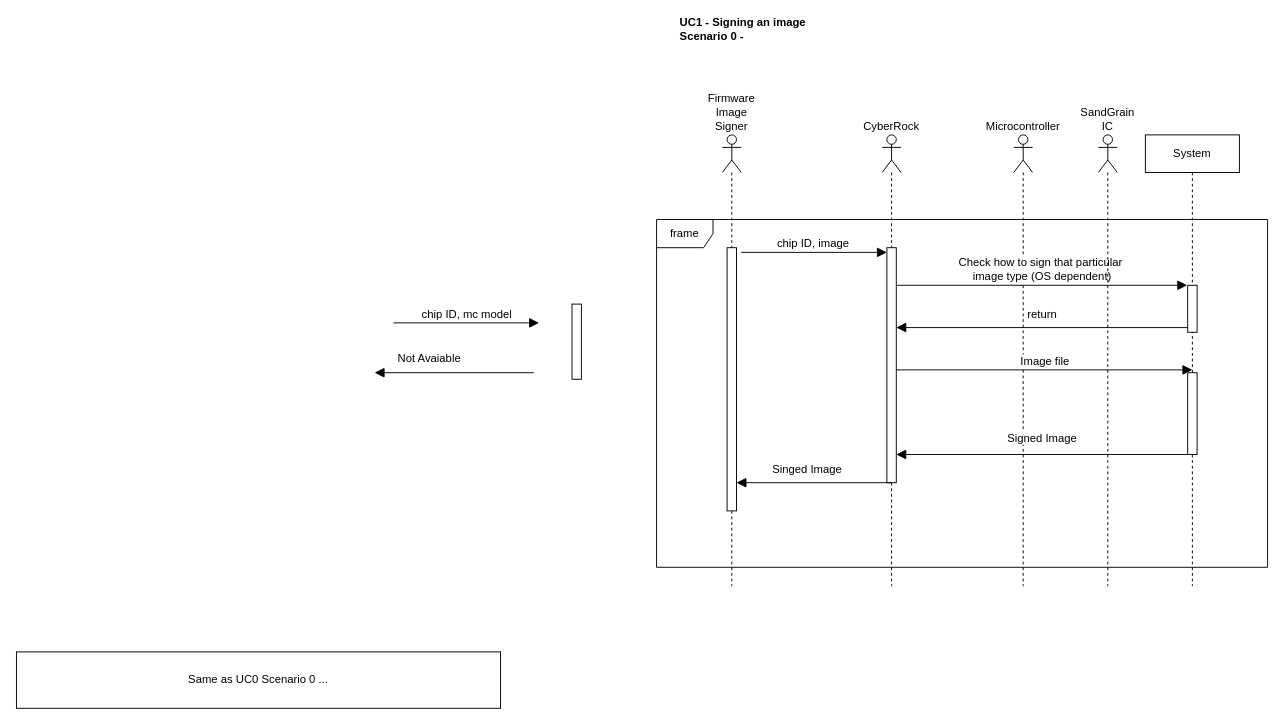
This is page "UC2 - Over The Air Firmware Update" (3 of 5) of Diagramme sans nom.drawio from EHxuban11/EHxuban11, a draw.io file, before an edit. Source tidied: cells renumbered, new cells numbered last; positions are measured from the earlier drawing's top-left corner, leaving out a move shared by most shapes. Both pictures are drawn from the tidied source at 94%, with x=0, y=0 at pixel (16, 22).
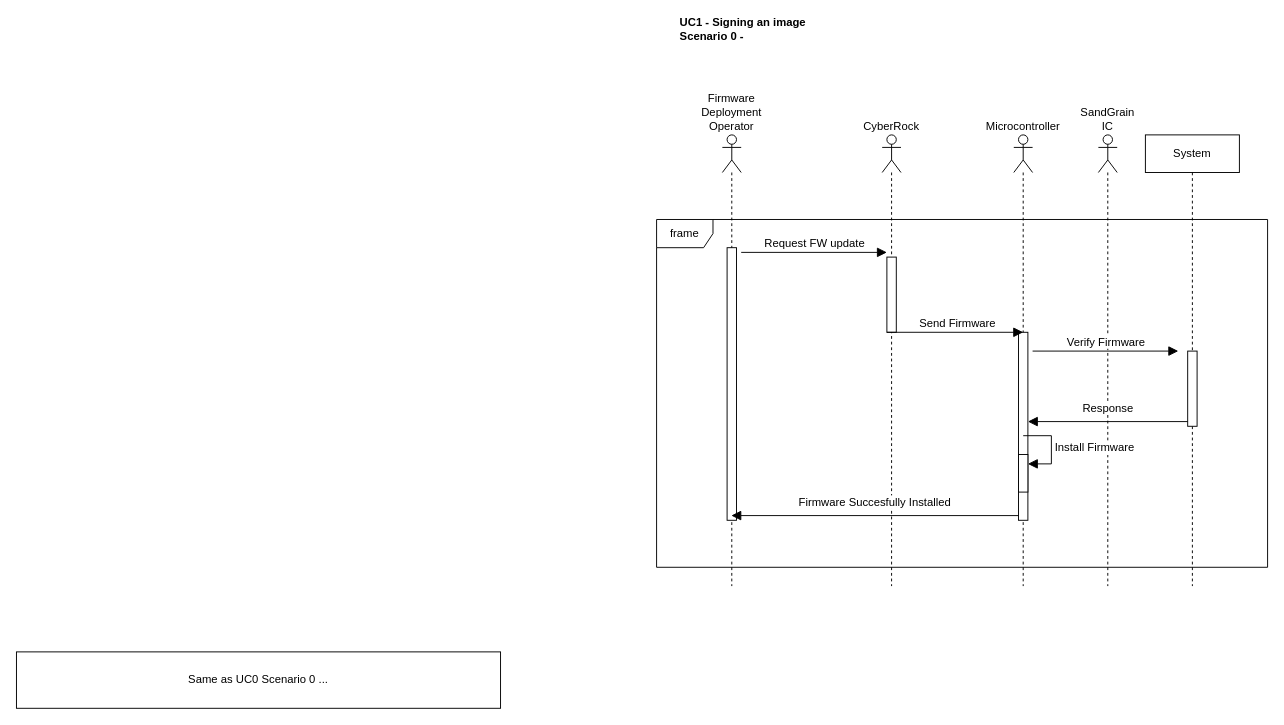
After the change.

Unchanged cells that the change refers to:
```xml
<mxCell id="2" value="System" style="shape=umlLifeline;perimeter=lifelinePerimeter;whiteSpace=wrap;html=1;newEdgeStyle={&quot;curved&quot;:0,&quot;rounded&quot;:0};" parent="1" vertex="1">
  <mxGeometry x="1201" y="120" width="100" height="480" as="geometry" />
</mxCell>
<mxCell id="7" value="CyberRock" style="shape=umlLifeline;perimeter=lifelinePerimeter;whiteSpace=wrap;html=1;newEdgeStyle={&quot;curved&quot;:0,&quot;rounded&quot;:0};participant=umlActor;labelPosition=center;verticalLabelPosition=top;align=center;verticalAlign=bottom;" parent="1" vertex="1">
  <mxGeometry x="921" y="120" width="20" height="480" as="geometry" />
</mxCell>
<mxCell id="9" value="Microcontroller" style="shape=umlLifeline;perimeter=lifelinePerimeter;whiteSpace=wrap;html=1;newEdgeStyle={&quot;curved&quot;:0,&quot;rounded&quot;:0};participant=umlActor;labelPosition=center;verticalLabelPosition=top;align=center;verticalAlign=bottom;" parent="1" vertex="1">
  <mxGeometry x="1061" y="120" width="20" height="480" as="geometry" />
</mxCell>
```

Diff of the diagram source:
```diff
@@
-    <mxCell id="3" style="html=1;points=[[0,0,0,0,5],[0,1,0,0,-5],[1,0,0,0,5],[1,1,0,0,-5]];perimeter=orthogonalPerimeter;outlineConnect=0;targetShapes=umlLifeline;portConstraint=eastwest;newEdgeStyle={&quot;curved&quot;:0,&quot;rounded&quot;:0};" parent="2" vertex="1">
-      <mxGeometry x="45" y="160" width="10" height="50" as="geometry" />
-    </mxCell>
-    <mxCell id="4" value="Firmware Image Signer" style="shape=umlLifeline;perimeter=lifelinePerimeter;whiteSpace=wrap;html=1;outlineConnect=0;portConstraint=eastwest;newEdgeStyle={&quot;curved&quot;:0,&quot;rounded&quot;:0};participant=umlActor;labelPosition=center;verticalLabelPosition=top;align=center;verticalAlign=bottom;" parent="1" vertex="1">
+    <mxCell id="4" value="Firmware Deployment Operator" style="shape=umlLifeline;perimeter=lifelinePerimeter;whiteSpace=wrap;html=1;outlineConnect=0;portConstraint=eastwest;newEdgeStyle={&quot;curved&quot;:0,&quot;rounded&quot;:0};participant=umlActor;labelPosition=center;verticalLabelPosition=top;align=center;verticalAlign=bottom;" parent="1" vertex="1">
       <mxGeometry x="751" y="120" width="20" height="480" as="geometry" />
     </mxCell>
     <mxCell id="5" style="html=1;perimeter=orthogonalPerimeter;targetShapes=umlLifeline;newEdgeStyle={&quot;curved&quot;:0,&quot;rounded&quot;:0};" parent="4" vertex="1">
-      <mxGeometry x="5" y="120" width="10" height="280" as="geometry" />
+      <mxGeometry x="5" y="120" width="10" height="290" as="geometry" />
     </mxCell>
@@
-    <mxCell id="8" style="html=1;points=[[0,0,0,0,5],[0,1,0,0,-5],[1,0,0,0,5],[1,1,0,0,-5]];perimeter=orthogonalPerimeter;outlineConnect=0;targetShapes=umlLifeline;portConstraint=eastwest;newEdgeStyle={&quot;curved&quot;:0,&quot;rounded&quot;:0};" parent="7" vertex="1">
-      <mxGeometry x="5" y="120" width="10" height="250" as="geometry" />
-    </mxCell>
+    <mxCell id="23" style="html=1;perimeter=orthogonalPerimeter;targetShapes=umlLifeline;newEdgeStyle={&quot;curved&quot;:0,&quot;rounded&quot;:0};" parent="7" vertex="1">
+      <mxGeometry x="5" y="130" width="10" height="80" as="geometry" />
+    </mxCell>
@@
-    <mxCell id="10" value="Signed Image" style="html=1;verticalAlign=bottom;endArrow=block;curved=0;rounded=0;fontSize=12;startSize=8;endSize=8;exitX=0;exitY=1;exitDx=0;exitDy=-5;exitPerimeter=0;" parent="1" edge="1">
-      <mxGeometry y="-8" relative="1" as="geometry">
-        <mxPoint x="1246" y="460" as="sourcePoint" />
-        <mxPoint x="936" y="460" as="targetPoint" />
-      </mxGeometry>
-    </mxCell>
+    <mxCell id="24" style="html=1;points=[[0,0,0,0,5],[0,1,0,0,-5],[1,0,0,0,5],[1,1,0,0,-5]];perimeter=orthogonalPerimeter;outlineConnect=0;targetShapes=umlLifeline;portConstraint=eastwest;newEdgeStyle={&quot;curved&quot;:0,&quot;rounded&quot;:0};" parent="9" vertex="1">
+      <mxGeometry x="5" y="210" width="10" height="200" as="geometry" />
+    </mxCell>
@@
-    <mxCell id="12" value="chip ID, image&amp;nbsp;" style="html=1;verticalAlign=bottom;endArrow=block;curved=0;rounded=0;entryX=0;entryY=0;entryDx=0;entryDy=5;fontSize=12;startSize=8;endSize=8;" parent="1" edge="1" target="8">
+    <mxCell id="12" value="Request FW update" style="html=1;verticalAlign=bottom;endArrow=block;curved=0;rounded=0;entryX=0;entryY=0;entryDx=0;entryDy=5;fontSize=12;startSize=8;endSize=8;" parent="1" edge="1">
       <mxGeometry relative="1" as="geometry">
         <mxPoint x="771" y="245" as="sourcePoint" />
+        <mxPoint x="926" y="245" as="targetPoint" />
       </mxGeometry>
     </mxCell>
-    <mxCell id="13" value="Check how to sign that particular&amp;nbsp;&lt;div&gt;image type (OS dependent)&lt;/div&gt;" style="html=1;verticalAlign=bottom;endArrow=block;curved=0;rounded=0;fontSize=12;startSize=8;endSize=8;" parent="1" edge="1">
-      <mxGeometry relative="1" as="geometry">
-        <mxPoint x="936" y="280" as="sourcePoint" />
-        <mxPoint x="1245.5" y="280" as="targetPoint" />
-      </mxGeometry>
-    </mxCell>
@@
-    <mxCell id="16" value="Singed Image" style="html=1;verticalAlign=bottom;endArrow=block;curved=0;rounded=0;fontSize=12;startSize=8;endSize=8;" parent="1" edge="1">
-      <mxGeometry x="0.09" y="-5" relative="1" as="geometry">
-        <mxPoint x="930.5" y="490" as="sourcePoint" />
-        <mxPoint x="766" y="490" as="targetPoint" />
-      </mxGeometry>
-    </mxCell>
-    <mxCell id="17" value="chip ID, mc model" style="html=1;verticalAlign=bottom;endArrow=block;curved=0;rounded=0;entryX=0;entryY=0;entryDx=0;entryDy=5;fontSize=12;startSize=8;endSize=8;" parent="1" edge="1">
+    <mxCell id="17" value="Verify Firmware" style="html=1;verticalAlign=bottom;endArrow=block;curved=0;rounded=0;entryX=0;entryY=0;entryDx=0;entryDy=5;fontSize=12;startSize=8;endSize=8;" parent="1" edge="1">
       <mxGeometry relative="1" as="geometry">
-        <mxPoint x="401" y="320" as="sourcePoint" />
-        <mxPoint x="556" y="320" as="targetPoint" />
+        <mxPoint x="1081" y="350" as="sourcePoint" />
+        <mxPoint x="1236" y="350" as="targetPoint" />
       </mxGeometry>
     </mxCell>
     <mxCell id="18" style="html=1;points=[[0,0,0,0,5],[0,1,0,0,-5],[1,0,0,0,5],[1,1,0,0,-5]];perimeter=orthogonalPerimeter;outlineConnect=0;targetShapes=umlLifeline;portConstraint=eastwest;newEdgeStyle={&quot;curved&quot;:0,&quot;rounded&quot;:0};" parent="1" vertex="1">
-      <mxGeometry x="591" y="300" width="10" height="80" as="geometry" />
+      <mxGeometry x="1246" y="350" width="10" height="80" as="geometry" />
     </mxCell>
-    <mxCell id="19" value="Not Avaiable" style="html=1;verticalAlign=bottom;endArrow=block;curved=0;rounded=0;fontSize=12;startSize=8;endSize=8;" parent="1" edge="1">
-      <mxGeometry x="0.32" y="-6" relative="1" as="geometry">
-        <mxPoint x="550.5" y="373" as="sourcePoint" />
-        <mxPoint x="381" y="373" as="targetPoint" />
-      </mxGeometry>
+    <mxCell id="19" value="Response" style="html=1;verticalAlign=bottom;endArrow=block;curved=0;rounded=0;fontSize=12;startSize=8;endSize=8;exitX=0;exitY=1;exitDx=0;exitDy=-5;exitPerimeter=0;" parent="1" edge="1" source="18" target="24">
+      <mxGeometry y="-5" relative="1" as="geometry" />
     </mxCell>
-    <mxCell id="20" value="return" style="html=1;verticalAlign=bottom;endArrow=block;curved=0;rounded=0;fontSize=12;startSize=8;endSize=8;exitX=0;exitY=1;exitDx=0;exitDy=-5;exitPerimeter=0;" parent="1" edge="1" source="3" target="8">
-      <mxGeometry y="-5" relative="1" as="geometry" />
-    </mxCell>
-    <mxCell id="21" value="Image file" style="html=1;verticalAlign=bottom;endArrow=block;curved=0;rounded=0;fontSize=12;startSize=8;endSize=8;" parent="1" edge="1" source="8">
-      <mxGeometry relative="1" as="geometry">
-        <mxPoint x="1251" y="370" as="targetPoint" />
-      </mxGeometry>
-    </mxCell>
-    <mxCell id="22" style="html=1;perimeter=orthogonalPerimeter;targetShapes=umlLifeline;newEdgeStyle={&quot;curved&quot;:0,&quot;rounded&quot;:0};" parent="1" vertex="1">
-      <mxGeometry x="1246" y="373" width="10" height="87" as="geometry" />
-    </mxCell>
+    <mxCell id="25" value="Send Firmware" style="html=1;verticalAlign=bottom;endArrow=block;curved=0;rounded=0;fontSize=12;startSize=8;endSize=8;" parent="1" edge="1">
+      <mxGeometry x="0.03" relative="1" as="geometry">
+        <mxPoint x="926" y="330" as="sourcePoint" />
+        <mxPoint x="1071" y="330" as="targetPoint" />
+      </mxGeometry>
+    </mxCell>
+    <mxCell id="26" value="Firmware Succesfully Installed" style="html=1;verticalAlign=bottom;endArrow=block;curved=0;rounded=0;fontSize=12;startSize=8;endSize=8;exitX=0;exitY=1;exitDx=0;exitDy=-5;exitPerimeter=0;" parent="1" edge="1" source="24" target="4">
+      <mxGeometry y="-5" relative="1" as="geometry" />
+    </mxCell>
+    <mxCell id="27" style="html=1;points=[[0,0,0,0,5],[0,1,0,0,-5],[1,0,0,0,5],[1,1,0,0,-5]];perimeter=orthogonalPerimeter;outlineConnect=0;targetShapes=umlLifeline;portConstraint=eastwest;newEdgeStyle={&quot;curved&quot;:0,&quot;rounded&quot;:0};" parent="1" vertex="1">
+      <mxGeometry x="1066" y="460" width="10" height="40" as="geometry" />
+    </mxCell>
+    <mxCell id="28" value="Install Firmware" style="html=1;align=left;spacingLeft=2;endArrow=block;rounded=0;edgeStyle=orthogonalEdgeStyle;curved=0;rounded=0;fontSize=12;startSize=8;endSize=8;" parent="1" edge="1" target="27">
+      <mxGeometry relative="1" as="geometry">
+        <mxPoint x="1071" y="440" as="sourcePoint" />
+        <Array as="points">
+          <mxPoint x="1101" y="470" />
+        </Array>
+      </mxGeometry>
+    </mxCell>
```
